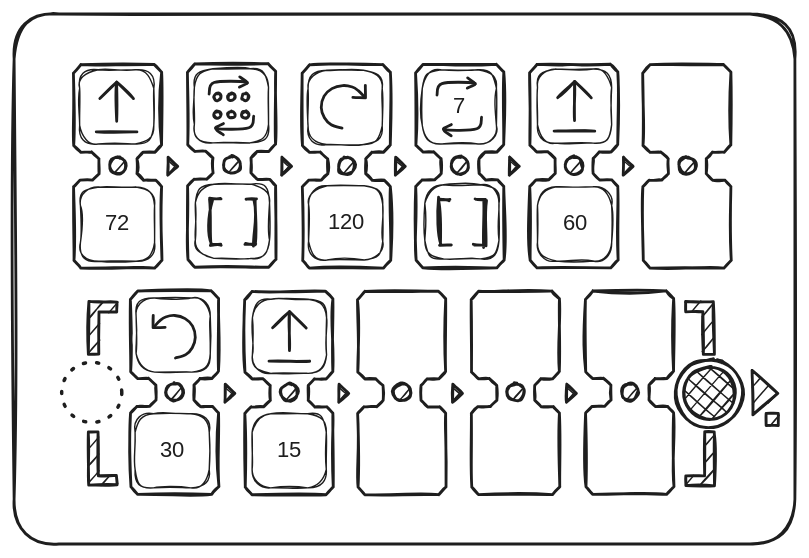
The Excalidraw diagram i18n/fr/docusaurus-plugin-content-docs/current/images/heart.excalidraw.svg in primastem/docs, before a commit. Source tidied: one line per element, renumbered; positions are measured from the earlier drawing's top-left corner, leaving out a move shared by most shapes.
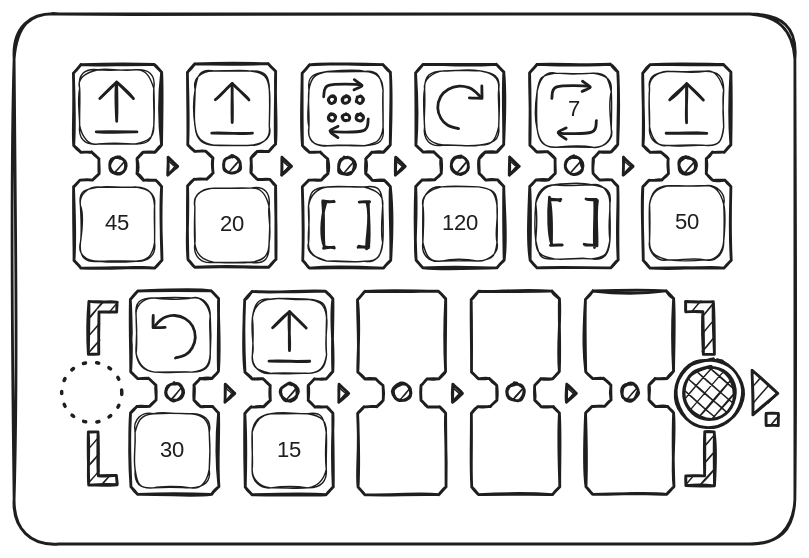
After the change.

Commit message:
upd heart pic code

The edit, as a diff of the source:
```diff
@@ -39,50 +39,50 @@
 {"id": 38, "type": "line", "strokeColor": "#1e1e1e", "backgroundColor": "#1e1e1e", "fillStyle": "cross-hatch", "strokeWidth": 2, "roughness": 1, "x": 232, "y": 277, "width": 7, "height": 13, "points": [[0, 0], [0, -13], [7, -6], [0, 0]]}
 {"id": 39, "type": "line", "strokeColor": "#1e1e1e", "backgroundColor": "#1e1e1e", "fillStyle": "cross-hatch", "strokeWidth": 2, "roughness": 1, "x": 313, "y": 277, "width": 7, "height": 13, "points": [[0, 0], [0, -13], [7, -6], [0, 0]]}
 {"id": 40, "type": "line", "strokeColor": "#1e1e1e", "backgroundColor": "#1e1e1e", "fillStyle": "cross-hatch", "strokeWidth": 2, "roughness": 1, "x": 394, "y": 277, "width": 7, "height": 13, "points": [[0, 0], [0, -13], [7, -6], [0, 0]]}
-{"id": 41, "type": "rectangle", "strokeColor": "#1e1e1e", "backgroundColor": "#ffffff", "fillStyle": "solid", "strokeWidth": 1, "roughness": 1, "round": true, "x": 129, "y": 122, "width": 53, "height": 53}
+{"id": 41, "type": "rectangle", "strokeColor": "#1e1e1e", "backgroundColor": "#ffffff", "fillStyle": "solid", "strokeWidth": 1, "roughness": 1, "round": true, "x": 210, "y": 124, "width": 53, "height": 53}
-{"id": 42, "type": "line", "strokeColor": "#1e1e1e", "backgroundColor": "#1e1e1e", "fillStyle": "solid", "strokeWidth": 2, "roughness": 2, "x": 165, "y": 132, "width": 8, "height": 32, "points": [[0, 0], [7, 0], [7, 32], [-1, 32]]}
+{"id": 42, "type": "line", "strokeColor": "#1e1e1e", "backgroundColor": "#1e1e1e", "fillStyle": "solid", "strokeWidth": 2, "roughness": 2, "x": 246, "y": 134, "width": 8, "height": 32, "points": [[0, 0], [7, 0], [7, 32], [-1, 32]]}
-{"id": 43, "type": "line", "strokeColor": "#1e1e1e", "backgroundColor": "#1e1e1e", "fillStyle": "solid", "strokeWidth": 2, "roughness": 2, "x": 147, "y": 132, "width": 8, "height": 32, "points": [[0, 0], [-7, 0], [-7, 32], [0, 32]]}
+{"id": 43, "type": "line", "strokeColor": "#1e1e1e", "backgroundColor": "#1e1e1e", "fillStyle": "solid", "strokeWidth": 2, "roughness": 2, "x": 228, "y": 134, "width": 8, "height": 32, "points": [[0, 0], [-7, 0], [-7, 32], [0, 32]]}
 {"id": 44, "type": "rectangle", "strokeColor": "#1e1e1e", "backgroundColor": "#ffffff", "fillStyle": "solid", "strokeWidth": 1, "roughness": 1, "round": true, "x": 170, "y": 204, "width": 53, "height": 53}
 {"id": 45, "type": "line", "strokeColor": "#1e1e1e", "backgroundColor": "#ffffff", "fillStyle": "hachure", "strokeWidth": 2, "roughness": 1, "x": 185, "y": 224, "width": 24, "height": 12, "points": [[0, 0], [12, -12], [24, 0]]}
 {"id": 46, "type": "line", "strokeColor": "#1e1e1e", "backgroundColor": "#ffffff", "fillStyle": "hachure", "strokeWidth": 2, "roughness": 1, "x": 197, "y": 213, "width": 0, "height": 28, "points": [[0, 0], [0, 28]]}
 {"id": 47, "type": "line", "strokeColor": "#1e1e1e", "backgroundColor": "#ffffff", "fillStyle": "hachure", "strokeWidth": 2, "roughness": 1, "x": 182, "y": 248, "width": 29, "height": 0, "points": [[0, 0], [29, 0]]}
 {"id": 48, "type": "rectangle", "strokeColor": "#1e1e1e", "backgroundColor": "#ffffff", "fillStyle": "solid", "strokeWidth": 1, "roughness": 1, "round": true, "x": 47, "y": 124, "width": 53, "height": 53}
-{"id": 49, "type": "text", "text": "72", "strokeColor": "#1e1e1e", "backgroundColor": "#ffffff", "fillStyle": "hachure", "strokeWidth": 2, "roughness": 0, "fontSize": 16, "fontFamily": 5, "textAlign": "center", "verticalAlign": "middle", "inside": 48, "x": 64, "y": 140, "width": 20, "height": 20}
+{"id": 49, "type": "text", "text": "45", "strokeColor": "#1e1e1e", "backgroundColor": "#ffffff", "fillStyle": "hachure", "strokeWidth": 2, "roughness": 0, "fontSize": 16, "fontFamily": 5, "textAlign": "center", "verticalAlign": "middle", "inside": 48, "x": 64, "y": 140, "width": 19, "height": 20}
 {"id": 50, "type": "rectangle", "strokeColor": "#1e1e1e", "backgroundColor": "#ffffff", "fillStyle": "solid", "strokeWidth": 1, "roughness": 1, "round": true, "x": 47, "y": 40, "width": 53, "height": 53}
 {"id": 51, "type": "line", "strokeColor": "#1e1e1e", "backgroundColor": "#ffffff", "fillStyle": "hachure", "strokeWidth": 2, "roughness": 1, "x": 61, "y": 60, "width": 24, "height": 12, "points": [[0, 0], [12, -12], [24, 0]]}
 {"id": 52, "type": "line", "strokeColor": "#1e1e1e", "backgroundColor": "#ffffff", "fillStyle": "hachure", "strokeWidth": 2, "roughness": 1, "x": 73, "y": 49, "width": 0, "height": 28, "points": [[0, 0], [0, 28]]}
 {"id": 53, "type": "line", "strokeColor": "#1e1e1e", "backgroundColor": "#ffffff", "fillStyle": "hachure", "strokeWidth": 2, "roughness": 1, "x": 59, "y": 84, "width": 29, "height": 0, "points": [[0, 0], [29, 0]]}
-{"id": 54, "type": "rectangle", "strokeColor": "#1e1e1e", "backgroundColor": "#ffffff", "fillStyle": "solid", "strokeWidth": 1, "roughness": 1, "round": true, "x": 129, "y": 39, "width": 53, "height": 53}
+{"id": 54, "type": "rectangle", "strokeColor": "#1e1e1e", "backgroundColor": "#ffffff", "fillStyle": "solid", "strokeWidth": 1, "roughness": 1, "round": true, "x": 211, "y": 41, "width": 53, "height": 53}
-{"id": 55, "type": "line", "strokeColor": "#1e1e1e", "angle": 4.78, "strokeWidth": 2, "roughness": 0, "round": true, "x": 147, "y": 40, "width": 10, "height": 26, "points": [[0, 0], [8, 3], [10, 26], [6, 21]]}
+{"id": 55, "type": "line", "strokeColor": "#1e1e1e", "angle": 4.78, "strokeWidth": 2, "roughness": 0, "round": true, "x": 229, "y": 42, "width": 10, "height": 26, "points": [[0, 0], [8, 3], [10, 26], [6, 21]]}
-{"id": 56, "type": "line", "strokeColor": "#1e1e1e", "angle": 4.78, "strokeWidth": 2, "roughness": 0, "round": true, "x": 162, "y": 50, "width": 4, "height": 6, "points": [[0, 0], [1, -1], [4, -6]]}
+{"id": 56, "type": "line", "strokeColor": "#1e1e1e", "angle": 4.78, "strokeWidth": 2, "roughness": 0, "round": true, "x": 244, "y": 52, "width": 4, "height": 6, "points": [[0, 0], [1, -1], [4, -6]]}
-{"id": 57, "type": "line", "strokeColor": "#1e1e1e", "angle": 7.91, "strokeWidth": 2, "roughness": 0, "round": true, "x": 153, "y": 64, "width": 10, "height": 26, "points": [[0, 0], [8, 3], [10, 26], [6, 21]]}
+{"id": 57, "type": "line", "strokeColor": "#1e1e1e", "angle": 7.91, "strokeWidth": 2, "roughness": 0, "round": true, "x": 234, "y": 66, "width": 10, "height": 26, "points": [[0, 0], [8, 3], [10, 26], [6, 21]]}
-{"id": 58, "type": "line", "strokeColor": "#1e1e1e", "angle": 7.91, "strokeWidth": 2, "roughness": 0, "round": true, "x": 145, "y": 87, "width": 4, "height": 6, "points": [[0, 0], [1, -1], [4, -6]]}
+{"id": 58, "type": "line", "strokeColor": "#1e1e1e", "angle": 7.91, "strokeWidth": 2, "roughness": 0, "round": true, "x": 227, "y": 89, "width": 4, "height": 6, "points": [[0, 0], [1, -1], [4, -6]]}
-{"id": 59, "type": "ellipse", "strokeColor": "#1e1e1e", "backgroundColor": "#1e1e1e", "fillStyle": "hachure", "strokeWidth": 2, "roughness": 1, "round": true, "x": 153, "y": 69, "width": 5, "height": 5}
+{"id": 59, "type": "ellipse", "strokeColor": "#1e1e1e", "backgroundColor": "#1e1e1e", "fillStyle": "hachure", "strokeWidth": 2, "roughness": 1, "round": true, "x": 235, "y": 71, "width": 5, "height": 5}
-{"id": 60, "type": "ellipse", "strokeColor": "#1e1e1e", "backgroundColor": "#1e1e1e", "fillStyle": "hachure", "strokeWidth": 2, "roughness": 1, "round": true, "x": 143, "y": 69, "width": 5, "height": 5}
+{"id": 60, "type": "ellipse", "strokeColor": "#1e1e1e", "backgroundColor": "#1e1e1e", "fillStyle": "hachure", "strokeWidth": 2, "roughness": 1, "round": true, "x": 225, "y": 71, "width": 5, "height": 5}
-{"id": 61, "type": "ellipse", "strokeColor": "#1e1e1e", "backgroundColor": "#1e1e1e", "fillStyle": "hachure", "strokeWidth": 2, "roughness": 1, "round": true, "x": 163, "y": 69, "width": 5, "height": 5}
+{"id": 61, "type": "ellipse", "strokeColor": "#1e1e1e", "backgroundColor": "#1e1e1e", "fillStyle": "hachure", "strokeWidth": 2, "roughness": 1, "round": true, "x": 244, "y": 71, "width": 5, "height": 5}
-{"id": 62, "type": "ellipse", "strokeColor": "#1e1e1e", "backgroundColor": "#1e1e1e", "fillStyle": "hachure", "strokeWidth": 2, "roughness": 1, "round": true, "x": 153, "y": 57, "width": 5, "height": 5}
+{"id": 62, "type": "ellipse", "strokeColor": "#1e1e1e", "backgroundColor": "#1e1e1e", "fillStyle": "hachure", "strokeWidth": 2, "roughness": 1, "round": true, "x": 235, "y": 59, "width": 5, "height": 5}
-{"id": 63, "type": "ellipse", "strokeColor": "#1e1e1e", "backgroundColor": "#1e1e1e", "fillStyle": "hachure", "strokeWidth": 2, "roughness": 1, "round": true, "x": 143, "y": 57, "width": 5, "height": 5}
+{"id": 63, "type": "ellipse", "strokeColor": "#1e1e1e", "backgroundColor": "#1e1e1e", "fillStyle": "hachure", "strokeWidth": 2, "roughness": 1, "round": true, "x": 225, "y": 59, "width": 5, "height": 5}
-{"id": 64, "type": "ellipse", "strokeColor": "#1e1e1e", "backgroundColor": "#1e1e1e", "fillStyle": "hachure", "strokeWidth": 2, "roughness": 1, "round": true, "x": 163, "y": 57, "width": 5, "height": 5}
+{"id": 64, "type": "ellipse", "strokeColor": "#1e1e1e", "backgroundColor": "#1e1e1e", "fillStyle": "hachure", "strokeWidth": 2, "roughness": 1, "round": true, "x": 244, "y": 59, "width": 5, "height": 5}
-{"id": 65, "type": "rectangle", "strokeColor": "#1e1e1e", "backgroundColor": "#ffffff", "fillStyle": "solid", "strokeWidth": 1, "roughness": 1, "round": true, "x": 210, "y": 40, "width": 53, "height": 53}
+{"id": 65, "type": "rectangle", "strokeColor": "#1e1e1e", "backgroundColor": "#ffffff", "fillStyle": "solid", "strokeWidth": 1, "roughness": 1, "round": true, "x": 293, "y": 41, "width": 53, "height": 53}
-{"id": 66, "type": "arrow", "strokeColor": "#1e1e1e", "backgroundColor": "#ffffff", "fillStyle": "hachure", "strokeWidth": 2, "roughness": 0, "round": true, "x": 234, "y": 81, "width": 31, "height": 30, "points": [[0, 0], [-8, -2], [-13, -7], [-15, -15], [-13, -23], [-7, -28], [0, -30], [7, -29], [12, -27], [16, -23]]}
+{"id": 66, "type": "arrow", "strokeColor": "#1e1e1e", "backgroundColor": "#ffffff", "fillStyle": "hachure", "strokeWidth": 2, "roughness": 0, "round": true, "x": 317, "y": 82, "width": 31, "height": 30, "points": [[0, 0], [-8, -2], [-13, -7], [-15, -15], [-13, -23], [-7, -28], [0, -30], [7, -29], [12, -27], [16, -23]]}
-{"id": 67, "type": "line", "strokeColor": "#1e1e1e", "backgroundColor": "#ffffff", "fillStyle": "hachure", "strokeWidth": 2, "roughness": 1, "x": 251, "y": 51, "width": 9, "height": 9, "points": [[0, 0], [0, 9], [-9, 9]]}
+{"id": 67, "type": "line", "strokeColor": "#1e1e1e", "backgroundColor": "#ffffff", "fillStyle": "hachure", "strokeWidth": 2, "roughness": 1, "x": 334, "y": 51, "width": 9, "height": 9, "points": [[0, 0], [0, 9], [-9, 9]]}
-{"id": 68, "type": "rectangle", "strokeColor": "#1e1e1e", "backgroundColor": "#ffffff", "fillStyle": "solid", "strokeWidth": 1, "roughness": 1, "round": true, "x": 210, "y": 123, "width": 53, "height": 53}
+{"id": 68, "type": "rectangle", "strokeColor": "#1e1e1e", "backgroundColor": "#ffffff", "fillStyle": "solid", "strokeWidth": 1, "roughness": 1, "round": true, "x": 292, "y": 123, "width": 53, "height": 53}
-{"id": 69, "type": "text", "text": "120", "strokeColor": "#1e1e1e", "backgroundColor": "#ffffff", "fillStyle": "cross-hatch", "strokeWidth": 1, "strokeStyle": "dotted", "roughness": 0, "fontSize": 16, "fontFamily": 5, "textAlign": "center", "verticalAlign": "middle", "inside": 68, "x": 222, "y": 139, "width": 29, "height": 20}
+{"id": 69, "type": "text", "text": "120", "strokeColor": "#1e1e1e", "backgroundColor": "#ffffff", "fillStyle": "cross-hatch", "strokeWidth": 1, "strokeStyle": "dotted", "roughness": 0, "fontSize": 16, "fontFamily": 5, "textAlign": "center", "verticalAlign": "middle", "inside": 68, "x": 304, "y": 140, "width": 29, "height": 20}
-{"id": 70, "type": "rectangle", "strokeColor": "#1e1e1e", "backgroundColor": "#ffffff", "fillStyle": "solid", "strokeWidth": 1, "roughness": 1, "round": true, "x": 291, "y": 40, "width": 53, "height": 53}
+{"id": 70, "type": "rectangle", "strokeColor": "#1e1e1e", "backgroundColor": "#ffffff", "fillStyle": "solid", "strokeWidth": 1, "roughness": 1, "round": true, "x": 373, "y": 42, "width": 53, "height": 53}
-{"id": 71, "type": "line", "strokeColor": "#1e1e1e", "angle": 4.78, "strokeWidth": 2, "roughness": 0, "round": true, "x": 310, "y": 41, "width": 10, "height": 26, "points": [[0, 0], [8, 3], [10, 26], [6, 21]]}
+{"id": 71, "type": "line", "strokeColor": "#1e1e1e", "angle": 4.78, "strokeWidth": 2, "roughness": 0, "round": true, "x": 392, "y": 43, "width": 10, "height": 26, "points": [[0, 0], [8, 3], [10, 26], [6, 21]]}
-{"id": 72, "type": "line", "strokeColor": "#1e1e1e", "angle": 4.78, "strokeWidth": 2, "roughness": 0, "round": true, "x": 324, "y": 51, "width": 4, "height": 6, "points": [[0, 0], [1, -1], [4, -6]]}
+{"id": 72, "type": "line", "strokeColor": "#1e1e1e", "angle": 4.78, "strokeWidth": 2, "roughness": 0, "round": true, "x": 406, "y": 53, "width": 4, "height": 6, "points": [[0, 0], [1, -1], [4, -6]]}
-{"id": 73, "type": "line", "strokeColor": "#1e1e1e", "angle": 7.91, "strokeWidth": 2, "roughness": 0, "round": true, "x": 315, "y": 65, "width": 10, "height": 26, "points": [[0, 0], [8, 3], [10, 26], [6, 21]]}
+{"id": 73, "type": "line", "strokeColor": "#1e1e1e", "angle": 7.91, "strokeWidth": 2, "roughness": 0, "round": true, "x": 397, "y": 68, "width": 10, "height": 26, "points": [[0, 0], [8, 3], [10, 26], [6, 21]]}
-{"id": 74, "type": "line", "strokeColor": "#1e1e1e", "angle": 7.91, "strokeWidth": 2, "roughness": 0, "round": true, "x": 307, "y": 88, "width": 4, "height": 6, "points": [[0, 0], [1, -1], [4, -6]]}
+{"id": 74, "type": "line", "strokeColor": "#1e1e1e", "angle": 7.91, "strokeWidth": 2, "roughness": 0, "round": true, "x": 389, "y": 90, "width": 4, "height": 6, "points": [[0, 0], [1, -1], [4, -6]]}
-{"id": 75, "type": "text", "text": "7", "strokeColor": "#1e1e1e", "backgroundColor": "#1e1e1e", "fillStyle": "solid", "strokeWidth": 2, "roughness": 1, "fontSize": 16, "fontFamily": 5, "x": 313, "y": 56, "width": 9, "height": 20}
+{"id": 75, "type": "text", "text": "7", "strokeColor": "#1e1e1e", "backgroundColor": "#1e1e1e", "fillStyle": "solid", "strokeWidth": 2, "roughness": 1, "fontSize": 16, "fontFamily": 5, "x": 395, "y": 59, "width": 9, "height": 20}
-{"id": 76, "type": "rectangle", "strokeColor": "#1e1e1e", "backgroundColor": "#ffffff", "fillStyle": "solid", "strokeWidth": 1, "roughness": 1, "round": true, "x": 293, "y": 122, "width": 53, "height": 53}
+{"id": 76, "type": "rectangle", "strokeColor": "#1e1e1e", "backgroundColor": "#ffffff", "fillStyle": "solid", "strokeWidth": 1, "roughness": 1, "round": true, "x": 372, "y": 122, "width": 53, "height": 53}
-{"id": 77, "type": "line", "strokeColor": "#1e1e1e", "backgroundColor": "#1e1e1e", "fillStyle": "solid", "strokeWidth": 2, "roughness": 2, "x": 329, "y": 133, "width": 8, "height": 32, "points": [[0, 0], [7, 0], [7, 32], [-1, 32]]}
+{"id": 77, "type": "line", "strokeColor": "#1e1e1e", "backgroundColor": "#1e1e1e", "fillStyle": "solid", "strokeWidth": 2, "roughness": 2, "x": 408, "y": 133, "width": 8, "height": 32, "points": [[0, 0], [7, 0], [7, 32], [-1, 32]]}
-{"id": 78, "type": "line", "strokeColor": "#1e1e1e", "backgroundColor": "#1e1e1e", "fillStyle": "solid", "strokeWidth": 2, "roughness": 2, "x": 311, "y": 133, "width": 8, "height": 32, "points": [[0, 0], [-7, 0], [-7, 32], [0, 32]]}
+{"id": 78, "type": "line", "strokeColor": "#1e1e1e", "backgroundColor": "#1e1e1e", "fillStyle": "solid", "strokeWidth": 2, "roughness": 2, "x": 391, "y": 133, "width": 8, "height": 32, "points": [[0, 0], [-7, 0], [-7, 32], [0, 32]]}
-{"id": 79, "type": "rectangle", "strokeColor": "#1e1e1e", "backgroundColor": "#ffffff", "fillStyle": "solid", "strokeWidth": 1, "roughness": 1, "round": true, "x": 374, "y": 39, "width": 53, "height": 53}
+{"id": 79, "type": "rectangle", "strokeColor": "#1e1e1e", "backgroundColor": "#ffffff", "fillStyle": "solid", "strokeWidth": 1, "roughness": 1, "round": true, "x": 454, "y": 41, "width": 53, "height": 53}
-{"id": 80, "type": "line", "strokeColor": "#1e1e1e", "backgroundColor": "#ffffff", "fillStyle": "hachure", "strokeWidth": 2, "roughness": 1, "x": 388, "y": 60, "width": 24, "height": 12, "points": [[0, 0], [12, -12], [24, 0]]}
+{"id": 80, "type": "line", "strokeColor": "#1e1e1e", "backgroundColor": "#ffffff", "fillStyle": "hachure", "strokeWidth": 2, "roughness": 1, "x": 468, "y": 61, "width": 24, "height": 12, "points": [[0, 0], [12, -12], [24, 0]]}
-{"id": 81, "type": "line", "strokeColor": "#1e1e1e", "backgroundColor": "#ffffff", "fillStyle": "hachure", "strokeWidth": 2, "roughness": 1, "x": 400, "y": 48, "width": 0, "height": 28, "points": [[0, 0], [0, 28]]}
+{"id": 81, "type": "line", "strokeColor": "#1e1e1e", "backgroundColor": "#ffffff", "fillStyle": "hachure", "strokeWidth": 2, "roughness": 1, "x": 480, "y": 50, "width": 0, "height": 28, "points": [[0, 0], [0, 28]]}
-{"id": 82, "type": "line", "strokeColor": "#1e1e1e", "backgroundColor": "#ffffff", "fillStyle": "hachure", "strokeWidth": 2, "roughness": 1, "x": 386, "y": 84, "width": 29, "height": 0, "points": [[0, 0], [29, 0]]}
+{"id": 82, "type": "line", "strokeColor": "#1e1e1e", "backgroundColor": "#ffffff", "fillStyle": "hachure", "strokeWidth": 2, "roughness": 1, "x": 466, "y": 85, "width": 29, "height": 0, "points": [[0, 0], [29, 0]]}
-{"id": 83, "type": "rectangle", "strokeColor": "#1e1e1e", "backgroundColor": "#ffffff", "fillStyle": "solid", "strokeWidth": 1, "roughness": 1, "round": true, "x": 374, "y": 123, "width": 53, "height": 53}
+{"id": 83, "type": "rectangle", "strokeColor": "#1e1e1e", "backgroundColor": "#ffffff", "fillStyle": "solid", "strokeWidth": 1, "roughness": 1, "round": true, "x": 454, "y": 123, "width": 53, "height": 53}
-{"id": 84, "type": "text", "text": "60", "strokeColor": "#1e1e1e", "backgroundColor": "#ffffff", "fillStyle": "hachure", "strokeWidth": 2, "roughness": 0, "fontSize": 16, "fontFamily": 5, "textAlign": "center", "verticalAlign": "middle", "inside": 83, "x": 390, "y": 140, "width": 21, "height": 20}
+{"id": 84, "type": "text", "text": "50", "strokeColor": "#1e1e1e", "backgroundColor": "#ffffff", "fillStyle": "hachure", "strokeWidth": 2, "roughness": 0, "fontSize": 16, "fontFamily": 5, "textAlign": "center", "verticalAlign": "middle", "inside": 83, "x": 470, "y": 139, "width": 21, "height": 20}
 {"id": 85, "type": "rectangle", "strokeColor": "#1e1e1e", "backgroundColor": "#ffffff", "fillStyle": "solid", "strokeWidth": 1, "roughness": 1, "round": true, "x": 87, "y": 203, "width": 53, "height": 53}
 {"id": 86, "type": "arrow", "strokeColor": "#1e1e1e", "backgroundColor": "#ffffff", "fillStyle": "hachure", "strokeWidth": 2, "roughness": 0, "round": true, "from": 85, "to": 85, "x": 115, "y": 246, "width": 29, "height": 30, "points": [[0, 0], [7, -2], [12, -7], [14, -15], [12, -23], [7, -28], [0, -30], [-7, -29], [-11, -27], [-15, -23]]}
 {"id": 87, "type": "line", "strokeColor": "#1e1e1e", "backgroundColor": "#ffffff", "fillStyle": "hachure", "strokeWidth": 2, "roughness": 1, "x": 99, "y": 215, "width": 9, "height": 9, "points": [[0, 0], [0, 9], [8, 9]]}
@@ -90,3 +90,9 @@
 {"id": 89, "type": "text", "text": "30", "strokeColor": "#1e1e1e", "backgroundColor": "#ffffff", "fillStyle": "hachure", "strokeWidth": 2, "roughness": 0, "fontSize": 16, "fontFamily": 5, "textAlign": "center", "verticalAlign": "middle", "inside": 88, "x": 103, "y": 302, "width": 20, "height": 20}
 {"id": 90, "type": "rectangle", "strokeColor": "#1e1e1e", "backgroundColor": "#ffffff", "fillStyle": "solid", "strokeWidth": 1, "roughness": 1, "round": true, "x": 170, "y": 285, "width": 53, "height": 53}
 {"id": 91, "type": "text", "text": "15", "strokeColor": "#1e1e1e", "backgroundColor": "#ffffff", "fillStyle": "hachure", "strokeWidth": 2, "roughness": 0, "fontSize": 16, "fontFamily": 5, "textAlign": "center", "verticalAlign": "middle", "inside": 90, "x": 188, "y": 302, "width": 17, "height": 20}
+{"id": 92, "type": "rectangle", "strokeColor": "#1e1e1e", "backgroundColor": "#ffffff", "fillStyle": "solid", "strokeWidth": 1, "roughness": 1, "round": true, "x": 129, "y": 41, "width": 53, "height": 53}
+{"id": 93, "type": "line", "strokeColor": "#1e1e1e", "backgroundColor": "#ffffff", "fillStyle": "hachure", "strokeWidth": 2, "roughness": 1, "x": 141, "y": 85, "width": 29, "height": 0, "points": [[0, 0], [29, 0]]}
+{"id": 94, "type": "line", "strokeColor": "#1e1e1e", "backgroundColor": "#ffffff", "fillStyle": "hachure", "strokeWidth": 2, "roughness": 1, "x": 144, "y": 61, "width": 24, "height": 12, "points": [[0, 0], [12, -12], [24, 0]]}
+{"id": 95, "type": "line", "strokeColor": "#1e1e1e", "backgroundColor": "#ffffff", "fillStyle": "hachure", "strokeWidth": 2, "roughness": 1, "x": 156, "y": 50, "width": 0, "height": 28, "points": [[0, 0], [0, 28]]}
+{"id": 96, "type": "rectangle", "strokeColor": "#1e1e1e", "backgroundColor": "#ffffff", "fillStyle": "solid", "strokeWidth": 1, "roughness": 1, "round": true, "x": 129, "y": 124, "width": 53, "height": 53}
+{"id": 97, "type": "text", "text": "20", "strokeColor": "#1e1e1e", "backgroundColor": "#ffffff", "fillStyle": "hachure", "strokeWidth": 2, "roughness": 0, "fontSize": 16, "fontFamily": 5, "textAlign": "center", "verticalAlign": "middle", "inside": 96, "x": 145, "y": 141, "width": 22, "height": 20}
```
